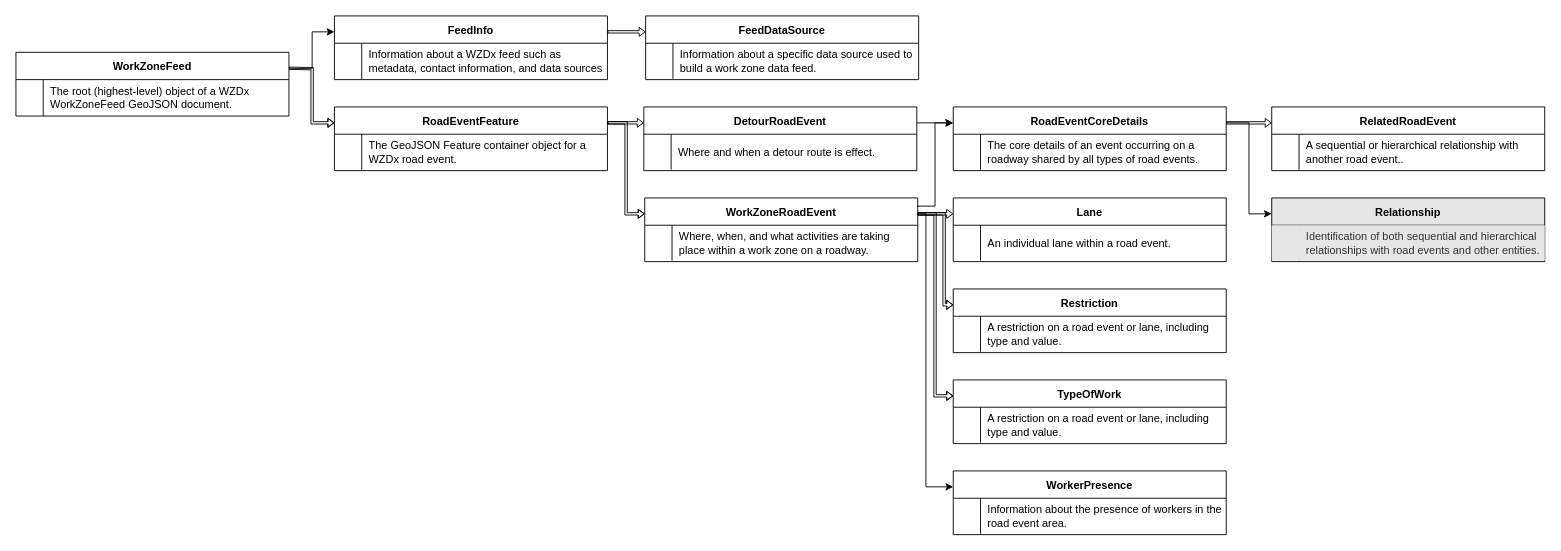
usdot-jpo-ode/wzdx keeps this draw.io diagram as images/WZDx_WorkZoneFeed_object_diagram.drawio. Above is the earlier version. Source tidied: cells renumbered, new cells numbered last; positions are measured from the earlier drawing's top-left corner, leaving out a move shared by most shapes. Both pictures are drawn from the tidied source at 91%, with x=0, y=0 at pixel (15, 15).
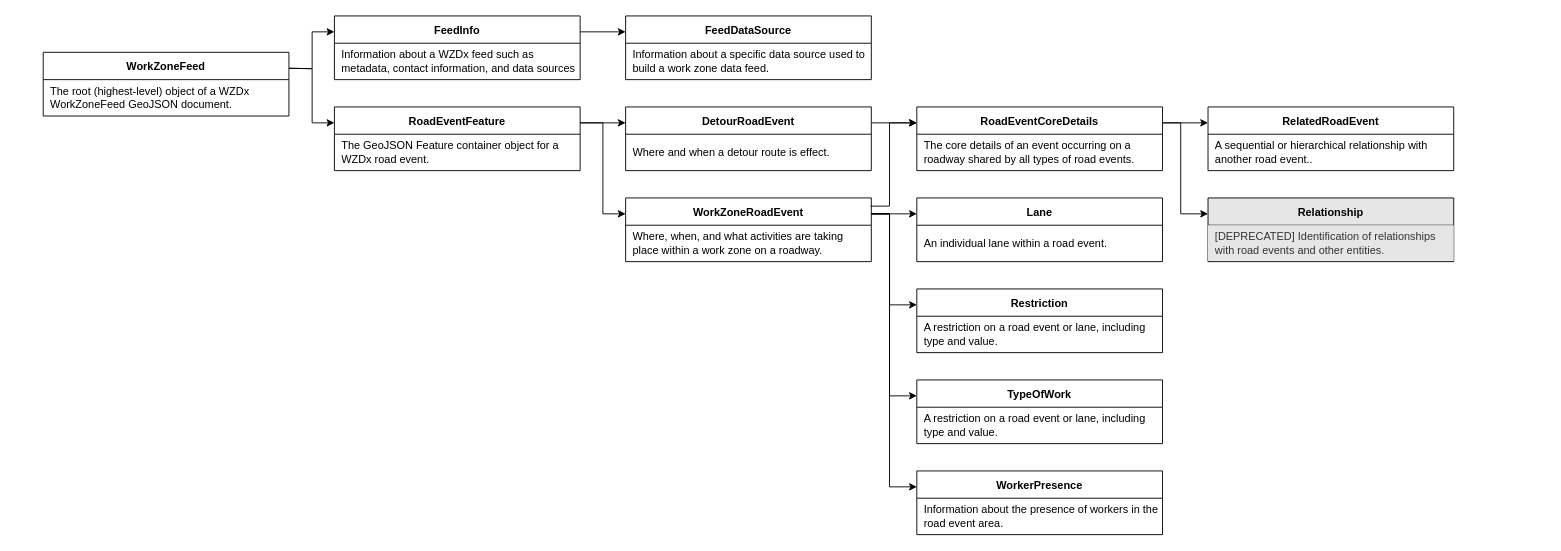
The same diagram, later.

Commit message (it also covers changes not shown here):
Update object diagram doemR

Diff of the diagram source:
```diff
@@
     <mxCell id="4" value="FeedInfo" style="shape=table;startSize=30;childLayout=tableLayout;rowLines=0;fontStyle=1;align=center;" parent="1" vertex="1">
-      <mxGeometry x="350" width="300" height="70" as="geometry" />
+      <mxGeometry x="350" width="270" height="70" as="geometry" />
     </mxCell>
     <mxCell id="5" style="shape=partialRectangle;fillColor=none;top=0;left=0;right=0;bottom=0;" parent="4" vertex="1">
-      <mxGeometry y="30" width="300" height="40" as="geometry" />
+      <mxGeometry y="30" width="270" height="40" as="geometry" />
     </mxCell>
-    <mxCell id="6" style="shape=partialRectangle;overflow=hidden;fillColor=none;top=0;left=0;bottom=0;right=0;" parent="5" vertex="1">
-      <mxGeometry width="30" height="40" as="geometry" />
-    </mxCell>
     <mxCell id="7" value="Information about a WZDx feed such as metadata, contact information, and data sources" style="shape=partialRectangle;overflow=hidden;fillColor=none;top=0;left=0;bottom=0;right=0;align=left;spacingLeft=6;fontStyle=0;whiteSpace=wrap;" parent="5" vertex="1">
-      <mxGeometry x="30" width="270" height="40" as="geometry" />
+      <mxGeometry width="270" height="40" as="geometry" />
     </mxCell>
     <mxCell id="8" value="RoadEventFeature" style="shape=table;startSize=30;childLayout=tableLayout;rowLines=0;fontStyle=1;align=center;" parent="1" vertex="1">
-      <mxGeometry x="350" y="100" width="300" height="70" as="geometry" />
+      <mxGeometry x="350" y="100" width="270" height="70" as="geometry" />
     </mxCell>
     <mxCell id="9" style="shape=partialRectangle;fillColor=none;top=0;left=0;right=0;bottom=0;" parent="8" vertex="1">
-      <mxGeometry y="30" width="300" height="39" as="geometry" />
+      <mxGeometry y="30" width="270" height="39" as="geometry" />
     </mxCell>
-    <mxCell id="10" style="shape=partialRectangle;overflow=hidden;fillColor=none;top=0;left=0;bottom=0;right=0;" parent="9" vertex="1">
-      <mxGeometry width="30" height="39" as="geometry" />
-    </mxCell>
     <mxCell id="11" value="The GeoJSON Feature container object for a WZDx road event." style="shape=partialRectangle;overflow=hidden;top=0;left=0;bottom=0;right=0;align=left;spacingLeft=6;fontStyle=0;strokeColor=#d6b656;fillColor=none;whiteSpace=wrap;" parent="9" vertex="1">
-      <mxGeometry x="30" width="270" height="39" as="geometry" />
+      <mxGeometry width="270" height="39" as="geometry" />
     </mxCell>
     <mxCell id="12" value="FeedDataSource" style="shape=table;startSize=30;childLayout=tableLayout;rowLines=0;fontStyle=1;align=center;" parent="1" vertex="1">
-      <mxGeometry x="692" width="300" height="70" as="geometry" />
+      <mxGeometry x="670" width="270" height="70" as="geometry" />
     </mxCell>
     <mxCell id="13" style="shape=partialRectangle;fillColor=none;top=0;left=0;right=0;bottom=0;" parent="12" vertex="1">
-      <mxGeometry y="30" width="300" height="39" as="geometry" />
+      <mxGeometry y="30" width="270" height="39" as="geometry" />
     </mxCell>
-    <mxCell id="14" style="shape=partialRectangle;overflow=hidden;fillColor=none;top=0;left=0;bottom=0;right=0;" parent="13" vertex="1">
-      <mxGeometry width="30" height="39" as="geometry" />
-    </mxCell>
     <mxCell id="15" value="Information about a specific data source used to build a work zone data feed." style="shape=partialRectangle;overflow=hidden;top=0;left=0;bottom=0;right=0;align=left;spacingLeft=6;fontStyle=0;strokeColor=#d6b656;fillColor=none;whiteSpace=wrap;" parent="13" vertex="1">
-      <mxGeometry x="30" width="270" height="39" as="geometry" />
+      <mxGeometry width="270" height="39" as="geometry" />
     </mxCell>
     <mxCell id="16" value="DetourRoadEvent" style="shape=table;startSize=30;childLayout=tableLayout;rowLines=0;fontStyle=1;align=center;" parent="1" vertex="1">
-      <mxGeometry x="690" y="100" width="300" height="70" as="geometry" />
+      <mxGeometry x="670" y="100" width="270" height="70" as="geometry" />
     </mxCell>
     <mxCell id="17" style="shape=partialRectangle;fillColor=none;top=0;left=0;right=0;bottom=0;" parent="16" vertex="1">
-      <mxGeometry y="30" width="300" height="39" as="geometry" />
+      <mxGeometry y="30" width="270" height="39" as="geometry" />
     </mxCell>
-    <mxCell id="18" style="shape=partialRectangle;overflow=hidden;fillColor=none;top=0;left=0;bottom=0;right=0;" parent="17" vertex="1">
-      <mxGeometry width="30" height="39" as="geometry" />
-    </mxCell>
     <mxCell id="19" value="Where and when a detour route is effect." style="shape=partialRectangle;overflow=hidden;top=0;left=0;bottom=0;right=0;align=left;spacingLeft=6;fontStyle=0;strokeColor=#d6b656;fillColor=none;whiteSpace=wrap;" parent="17" vertex="1">
-      <mxGeometry x="30" width="270" height="39" as="geometry" />
+      <mxGeometry width="270" height="39" as="geometry" />
     </mxCell>
     <mxCell id="20" value="WorkZoneRoadEvent" style="shape=table;startSize=30;childLayout=tableLayout;rowLines=0;fontStyle=1;align=center;" parent="1" vertex="1">
-      <mxGeometry x="691" y="200" width="300" height="70" as="geometry" />
+      <mxGeometry x="670" y="200" width="270" height="70" as="geometry" />
     </mxCell>
     <mxCell id="21" style="shape=partialRectangle;fillColor=none;top=0;left=0;right=0;bottom=0;" parent="20" vertex="1">
-      <mxGeometry y="30" width="300" height="39" as="geometry" />
+      <mxGeometry y="30" width="270" height="39" as="geometry" />
     </mxCell>
-    <mxCell id="22" style="shape=partialRectangle;overflow=hidden;fillColor=none;top=0;left=0;bottom=0;right=0;" parent="21" vertex="1">
-      <mxGeometry width="30" height="39" as="geometry" />
-    </mxCell>
     <mxCell id="23" value="Where, when, and what activities are taking place within a work zone on a roadway." style="shape=partialRectangle;overflow=hidden;top=0;left=0;bottom=0;right=0;align=left;spacingLeft=6;fontStyle=0;strokeColor=#d6b656;fillColor=none;whiteSpace=wrap;" parent="21" vertex="1">
-      <mxGeometry x="30" width="270" height="39" as="geometry" />
+      <mxGeometry width="270" height="39" as="geometry" />
     </mxCell>
     <mxCell id="24" value="RoadEventCoreDetails" style="shape=table;startSize=30;childLayout=tableLayout;rowLines=0;fontStyle=1;align=center;" parent="1" vertex="1">
-      <mxGeometry x="1030" y="100" width="300" height="70" as="geometry" />
+      <mxGeometry x="990" y="100" width="270" height="70" as="geometry" />
     </mxCell>
     <mxCell id="25" style="shape=partialRectangle;fillColor=none;top=0;left=0;right=0;bottom=0;" parent="24" vertex="1">
-      <mxGeometry y="30" width="300" height="39" as="geometry" />
+      <mxGeometry y="30" width="270" height="39" as="geometry" />
     </mxCell>
-    <mxCell id="26" style="shape=partialRectangle;overflow=hidden;fillColor=none;top=0;left=0;bottom=0;right=0;" parent="25" vertex="1">
-      <mxGeometry width="30" height="39" as="geometry" />
-    </mxCell>
     <mxCell id="27" value="The core details of an event occurring on a roadway shared by all types of road events." style="shape=partialRectangle;overflow=hidden;top=0;left=0;bottom=0;right=0;align=left;spacingLeft=6;fontStyle=0;strokeColor=#d6b656;fillColor=none;whiteSpace=wrap;" parent="25" vertex="1">
-      <mxGeometry x="30" width="270" height="39" as="geometry" />
+      <mxGeometry width="270" height="39" as="geometry" />
     </mxCell>
     <mxCell id="28" value="Lane" style="shape=table;startSize=30;childLayout=tableLayout;rowLines=0;fontStyle=1;align=center;" parent="1" vertex="1">
-      <mxGeometry x="1030" y="200" width="300" height="70" as="geometry" />
+      <mxGeometry x="990" y="200" width="270" height="70" as="geometry" />
     </mxCell>
     <mxCell id="29" style="shape=partialRectangle;fillColor=none;top=0;left=0;right=0;bottom=0;" parent="28" vertex="1">
-      <mxGeometry y="30" width="300" height="39" as="geometry" />
+      <mxGeometry y="30" width="270" height="39" as="geometry" />
     </mxCell>
-    <mxCell id="30" style="shape=partialRectangle;overflow=hidden;fillColor=none;top=0;left=0;bottom=0;right=0;" parent="29" vertex="1">
-      <mxGeometry width="30" height="39" as="geometry" />
-    </mxCell>
     <mxCell id="31" value="An individual lane within a road event." style="shape=partialRectangle;overflow=hidden;top=0;left=0;bottom=0;right=0;align=left;spacingLeft=6;fontStyle=0;strokeColor=#d6b656;fillColor=none;whiteSpace=wrap;" parent="29" vertex="1">
-      <mxGeometry x="30" width="270" height="39" as="geometry" />
+      <mxGeometry width="270" height="39" as="geometry" />
     </mxCell>
     <mxCell id="32" value="Restriction" style="shape=table;startSize=30;childLayout=tableLayout;rowLines=0;fontStyle=1;align=center;" parent="1" vertex="1">
-      <mxGeometry x="1030" y="300" width="300" height="70" as="geometry" />
+      <mxGeometry x="990" y="300" width="270" height="70" as="geometry" />
     </mxCell>
     <mxCell id="33" style="shape=partialRectangle;fillColor=none;top=0;left=0;right=0;bottom=0;" parent="32" vertex="1">
-      <mxGeometry y="30" width="300" height="39" as="geometry" />
+      <mxGeometry y="30" width="270" height="39" as="geometry" />
     </mxCell>
-    <mxCell id="34" style="shape=partialRectangle;overflow=hidden;fillColor=none;top=0;left=0;bottom=0;right=0;" parent="33" vertex="1">
-      <mxGeometry width="30" height="39" as="geometry" />
-    </mxCell>
     <mxCell id="35" value="A restriction on a road event or lane, including type and value." style="shape=partialRectangle;overflow=hidden;top=0;left=0;bottom=0;right=0;align=left;spacingLeft=6;fontStyle=0;strokeColor=#d6b656;fillColor=none;whiteSpace=wrap;" parent="33" vertex="1">
-      <mxGeometry x="30" width="270" height="39" as="geometry" />
+      <mxGeometry width="270" height="39" as="geometry" />
     </mxCell>
     <mxCell id="36" value="RelatedRoadEvent" style="shape=table;startSize=30;childLayout=tableLayout;rowLines=0;fontStyle=1;align=center;" parent="1" vertex="1">
-      <mxGeometry x="1380" y="100" width="300" height="70" as="geometry" />
+      <mxGeometry x="1310" y="100" width="270" height="70" as="geometry" />
     </mxCell>
     <mxCell id="37" style="shape=partialRectangle;fillColor=none;top=0;left=0;right=0;bottom=0;" parent="36" vertex="1">
-      <mxGeometry y="30" width="300" height="39" as="geometry" />
+      <mxGeometry y="30" width="270" height="39" as="geometry" />
     </mxCell>
-    <mxCell id="38" style="shape=partialRectangle;overflow=hidden;fillColor=none;top=0;left=0;bottom=0;right=0;" parent="37" vertex="1">
-      <mxGeometry width="30" height="39" as="geometry" />
-    </mxCell>
     <mxCell id="39" value="A sequential or hierarchical relationship with another road event.." style="shape=partialRectangle;overflow=hidden;top=0;left=0;bottom=0;right=0;align=left;spacingLeft=6;fontStyle=0;strokeColor=#d6b656;fillColor=none;whiteSpace=wrap;" parent="37" vertex="1">
-      <mxGeometry x="30" width="270" height="39" as="geometry" />
+      <mxGeometry width="270" height="39" as="geometry" />
     </mxCell>
     <mxCell id="40" value="TypeOfWork" style="shape=table;startSize=30;childLayout=tableLayout;rowLines=0;fontStyle=1;align=center;" parent="1" vertex="1">
-      <mxGeometry x="1030" y="400" width="300" height="70" as="geometry" />
+      <mxGeometry x="990" y="400" width="270" height="70" as="geometry" />
     </mxCell>
     <mxCell id="41" style="shape=partialRectangle;fillColor=none;top=0;left=0;right=0;bottom=0;" parent="40" vertex="1">
-      <mxGeometry y="30" width="300" height="39" as="geometry" />
+      <mxGeometry y="30" width="270" height="39" as="geometry" />
     </mxCell>
-    <mxCell id="42" style="shape=partialRectangle;overflow=hidden;fillColor=none;top=0;left=0;bottom=0;right=0;" parent="41" vertex="1">
-      <mxGeometry width="30" height="39" as="geometry" />
-    </mxCell>
     <mxCell id="43" value="A restriction on a road event or lane, including type and value." style="shape=partialRectangle;overflow=hidden;top=0;left=0;bottom=0;right=0;align=left;spacingLeft=6;fontStyle=0;strokeColor=#d6b656;fillColor=none;whiteSpace=wrap;" parent="41" vertex="1">
-      <mxGeometry x="30" width="270" height="39" as="geometry" />
+      <mxGeometry width="270" height="39" as="geometry" />
     </mxCell>
     <mxCell id="44" value="WorkerPresence" style="shape=table;startSize=30;childLayout=tableLayout;rowLines=0;fontStyle=1;align=center;" parent="1" vertex="1">
-      <mxGeometry x="1030" y="500" width="300" height="70" as="geometry" />
+      <mxGeometry x="990" y="500" width="270" height="70" as="geometry" />
     </mxCell>
     <mxCell id="45" style="shape=partialRectangle;fillColor=none;top=0;left=0;right=0;bottom=0;" parent="44" vertex="1">
-      <mxGeometry y="30" width="300" height="39" as="geometry" />
+      <mxGeometry y="30" width="270" height="39" as="geometry" />
     </mxCell>
-    <mxCell id="46" style="shape=partialRectangle;overflow=hidden;fillColor=none;top=0;left=0;bottom=0;right=0;" parent="45" vertex="1">
-      <mxGeometry width="30" height="39" as="geometry" />
-    </mxCell>
     <mxCell id="47" value="Information about the presence of workers in the road event area." style="shape=partialRectangle;overflow=hidden;top=0;left=0;bottom=0;right=0;align=left;spacingLeft=6;fontStyle=0;strokeColor=#d6b656;fillColor=none;whiteSpace=wrap;" parent="45" vertex="1">
-      <mxGeometry x="30" width="270" height="39" as="geometry" />
+      <mxGeometry width="270" height="39" as="geometry" />
     </mxCell>
     <mxCell id="48" value="Relationship" style="shape=table;startSize=30;childLayout=tableLayout;rowLines=0;fontStyle=1;align=center;fillColor=#E6E6E6;" parent="1" vertex="1">
-      <mxGeometry x="1380" y="200" width="300" height="70" as="geometry" />
+      <mxGeometry x="1310" y="200" width="270" height="70" as="geometry" />
     </mxCell>
     <mxCell id="49" style="shape=partialRectangle;fillColor=none;top=0;left=0;right=0;bottom=0;" parent="48" vertex="1">
-      <mxGeometry y="30" width="300" height="39" as="geometry" />
+      <mxGeometry y="30" width="270" height="39" as="geometry" />
     </mxCell>
-    <mxCell id="50" style="shape=partialRectangle;overflow=hidden;fillColor=#E6E6E6;top=0;left=0;bottom=0;right=0;" parent="49" vertex="1">
-      <mxGeometry width="30" height="39" as="geometry" />
-    </mxCell>
-    <mxCell id="51" value="Identification of both sequential and hierarchical relationships with road events and other entities." style="shape=partialRectangle;overflow=hidden;top=0;left=0;bottom=0;right=0;align=left;spacingLeft=6;fontStyle=0;strokeColor=#666666;fillColor=#E6E6E6;whiteSpace=wrap;fontColor=#333333;" parent="49" vertex="1">
-      <mxGeometry x="30" width="270" height="39" as="geometry" />
+    <mxCell id="51" value="[DEPRECATED] Identification of relationships with road events and other entities." style="shape=partialRectangle;overflow=hidden;top=0;left=0;bottom=0;right=0;align=left;spacingLeft=6;fontStyle=0;strokeColor=#666666;fillColor=#E6E6E6;whiteSpace=wrap;fontColor=#333333;" parent="49" vertex="1">
+      <mxGeometry width="270" height="39" as="geometry" />
     </mxCell>
-    <mxCell id="52" style="edgeStyle=orthogonalEdgeStyle;rounded=0;jettySize=auto;html=1;exitX=1;exitY=0.25;exitDx=0;exitDy=0;entryX=0;entryY=0.25;entryDx=0;entryDy=0;shape=flexArrow;width=2.5806451612903225;endSize=1.8846153846153846;endWidth=6.234491315136476;" parent="1" edge="1" source="4" target="12">
+    <mxCell id="52" style="edgeStyle=orthogonalEdgeStyle;rounded=0;jettySize=auto;html=1;exitX=1;exitY=0.25;exitDx=0;exitDy=0;entryX=0;entryY=0.25;entryDx=0;entryDy=0;endWidth=6.234491315136476;" parent="1" edge="1" source="4" target="12">
       <mxGeometry relative="1" as="geometry" />
     </mxCell>
-    <mxCell id="53" style="edgeStyle=orthogonalEdgeStyle;rounded=0;jettySize=auto;html=1;entryX=0;entryY=0.25;entryDx=0;entryDy=0;shape=flexArrow;width=2.5806451612903225;endSize=1.8846153846153846;endWidth=6.234491315136476;exitX=1;exitY=0.25;exitDx=0;exitDy=0;" parent="1" edge="1" target="8">
+    <mxCell id="53" style="edgeStyle=orthogonalEdgeStyle;rounded=0;jettySize=auto;html=1;entryX=0;entryY=0.25;entryDx=0;entryDy=0;endWidth=6.234491315136476;exitX=1;exitY=0.25;exitDx=0;exitDy=0;" parent="1" edge="1" target="8">
       <mxGeometry relative="1" as="geometry">
         <mxPoint x="300" y="57.5" as="sourcePoint" />
       </mxGeometry>
     </mxCell>
-    <mxCell id="54" style="edgeStyle=orthogonalEdgeStyle;rounded=0;jettySize=auto;html=1;exitX=1;exitY=0.25;exitDx=0;exitDy=0;entryX=0;entryY=0.25;entryDx=0;entryDy=0;shape=flexArrow;width=2.5806451612903225;endSize=1.8846153846153846;endWidth=6.234491315136476;" parent="1" edge="1" source="8" target="16">
+    <mxCell id="54" style="edgeStyle=orthogonalEdgeStyle;rounded=0;jettySize=auto;html=1;exitX=1;exitY=0.25;exitDx=0;exitDy=0;entryX=0;entryY=0.25;entryDx=0;entryDy=0;endWidth=6.234491315136476;" parent="1" edge="1" source="8" target="16">
       <mxGeometry relative="1" as="geometry" />
     </mxCell>
-    <mxCell id="55" style="edgeStyle=orthogonalEdgeStyle;rounded=0;jettySize=auto;html=1;exitX=1;exitY=0.25;exitDx=0;exitDy=0;entryX=0;entryY=0.25;entryDx=0;entryDy=0;shape=flexArrow;width=2.5806451612903225;endSize=1.8846153846153846;endWidth=6.234491315136476;" parent="1" edge="1" source="8" target="20">
+    <mxCell id="55" style="edgeStyle=orthogonalEdgeStyle;rounded=0;jettySize=auto;html=1;exitX=1;exitY=0.25;exitDx=0;exitDy=0;entryX=0;entryY=0.25;entryDx=0;entryDy=0;endWidth=6.234491315136476;" parent="1" edge="1" source="8" target="20">
       <mxGeometry relative="1" as="geometry" />
     </mxCell>
@@
     <mxCell id="57" style="edgeStyle=orthogonalEdgeStyle;rounded=0;jettySize=auto;html=1;exitX=1;exitY=0.25;exitDx=0;exitDy=0;entryX=0;entryY=0.25;entryDx=0;entryDy=0;" parent="1" edge="1" source="20" target="44">
       <mxGeometry relative="1" as="geometry">
         <Array as="points">
-          <mxPoint x="1000" y="218" />
-          <mxPoint x="1000" y="518" />
+          <mxPoint x="960" y="218" />
+          <mxPoint x="960" y="518" />
         </Array>
       </mxGeometry>
     </mxCell>
-    <mxCell id="58" style="edgeStyle=orthogonalEdgeStyle;rounded=0;jettySize=auto;html=1;exitX=1;exitY=0.25;exitDx=0;exitDy=0;entryX=0;entryY=0.25;entryDx=0;entryDy=0;shape=flexArrow;width=2.5806451612903225;endSize=1.8846153846153846;endWidth=6.234491315136476;" parent="1" edge="1" source="20" target="28">
+    <mxCell id="58" style="edgeStyle=orthogonalEdgeStyle;rounded=0;jettySize=auto;html=1;exitX=1;exitY=0.25;exitDx=0;exitDy=0;entryX=0;entryY=0.25;entryDx=0;entryDy=0;endWidth=6.234491315136476;" parent="1" edge="1" source="20" target="28">
       <mxGeometry relative="1" as="geometry" />
     </mxCell>
-    <mxCell id="59" style="edgeStyle=orthogonalEdgeStyle;rounded=0;jettySize=auto;html=1;exitX=1;exitY=0.25;exitDx=0;exitDy=0;entryX=0;entryY=0.25;entryDx=0;entryDy=0;shape=flexArrow;width=2.5806451612903225;endSize=1.8846153846153846;endWidth=6.234491315136476;" parent="1" edge="1" source="20" target="32">
+    <mxCell id="59" style="edgeStyle=orthogonalEdgeStyle;rounded=0;jettySize=auto;html=1;exitX=1;exitY=0.25;exitDx=0;exitDy=0;entryX=0;entryY=0.25;entryDx=0;entryDy=0;endWidth=6.234491315136476;" parent="1" edge="1" source="20" target="32">
       <mxGeometry relative="1" as="geometry">
         <Array as="points">
-          <mxPoint x="1020" y="218" />
-          <mxPoint x="1020" y="318" />
+          <mxPoint x="960" y="218" />
+          <mxPoint x="960" y="318" />
         </Array>
       </mxGeometry>
     </mxCell>
-    <mxCell id="60" style="edgeStyle=orthogonalEdgeStyle;rounded=0;jettySize=auto;html=1;exitX=1;exitY=0.25;exitDx=0;exitDy=0;entryX=0;entryY=0.25;entryDx=0;entryDy=0;shape=flexArrow;width=2.5806451612903225;endSize=1.8846153846153846;endWidth=6.234491315136476;" parent="1" edge="1" source="20" target="40">
+    <mxCell id="60" style="edgeStyle=orthogonalEdgeStyle;rounded=0;jettySize=auto;html=1;exitX=1;exitY=0.25;exitDx=0;exitDy=0;entryX=0;entryY=0.25;entryDx=0;entryDy=0;endWidth=6.234491315136476;" parent="1" edge="1" source="20" target="40">
       <mxGeometry relative="1" as="geometry">
         <Array as="points">
-          <mxPoint x="1010" y="218" />
-          <mxPoint x="1010" y="418" />
+          <mxPoint x="960" y="218" />
+          <mxPoint x="960" y="418" />
         </Array>
       </mxGeometry>
     </mxCell>
     <mxCell id="61" style="edgeStyle=orthogonalEdgeStyle;rounded=0;jettySize=auto;html=1;exitX=1;exitY=0.25;exitDx=0;exitDy=0;entryX=0;entryY=0.25;entryDx=0;entryDy=0;" parent="1" edge="1" source="24" target="48">
-      <mxGeometry relative="1" as="geometry" />
+      <mxGeometry relative="1" as="geometry">
+        <Array as="points">
+          <mxPoint x="1280" y="118" />
+          <mxPoint x="1280" y="218" />
+        </Array>
+      </mxGeometry>
     </mxCell>
-    <mxCell id="62" style="edgeStyle=orthogonalEdgeStyle;rounded=0;jettySize=auto;html=1;exitX=1;exitY=0.25;exitDx=0;exitDy=0;entryX=0;entryY=0.25;entryDx=0;entryDy=0;shape=flexArrow;width=2.5806451612903225;endSize=1.8846153846153846;endWidth=6.234491315136476;" parent="1" edge="1" source="24" target="36">
+    <mxCell id="62" style="edgeStyle=orthogonalEdgeStyle;rounded=0;jettySize=auto;html=1;exitX=1;exitY=0.25;exitDx=0;exitDy=0;entryX=0;entryY=0.25;entryDx=0;entryDy=0;endWidth=6.234491315136476;" parent="1" edge="1" source="24" target="36">
       <mxGeometry relative="1" as="geometry" />
     </mxCell>
     <mxCell id="63" value="WorkZoneFeed" style="shape=table;startSize=30;childLayout=tableLayout;rowLines=0;fontStyle=1;align=center;" parent="1" vertex="1">
-      <mxGeometry y="40" width="300" height="70" as="geometry" />
+      <mxGeometry x="30" y="40" width="270" height="70" as="geometry" />
     </mxCell>
     <mxCell id="64" style="shape=partialRectangle;fillColor=none;top=0;left=0;right=0;bottom=0;" parent="63" vertex="1">
-      <mxGeometry y="30" width="300" height="40" as="geometry" />
+      <mxGeometry y="30" width="270" height="40" as="geometry" />
     </mxCell>
-    <mxCell id="65" style="shape=partialRectangle;overflow=hidden;fillColor=none;top=0;left=0;bottom=0;right=0;" parent="64" vertex="1">
-      <mxGeometry width="30" height="40" as="geometry" />
-    </mxCell>
     <mxCell id="66" value="The root (highest-level) object of a WZDx WorkZoneFeed GeoJSON document." style="shape=partialRectangle;overflow=hidden;fillColor=none;top=0;left=0;bottom=0;right=0;align=left;spacingLeft=6;fontStyle=0;whiteSpace=wrap;" parent="64" vertex="1">
-      <mxGeometry x="30" width="270" height="40" as="geometry" />
+      <mxGeometry width="270" height="40" as="geometry" />
     </mxCell>
     <mxCell id="67" style="edgeStyle=orthogonalEdgeStyle;rounded=0;jettySize=auto;html=1;entryX=0;entryY=0.25;entryDx=0;entryDy=0;exitX=0.997;exitY=0.129;exitDx=0;exitDy=0;exitPerimeter=0;" parent="1" edge="1" source="20" target="24">
       <mxGeometry relative="1" as="geometry">
         <Array as="points">
-          <mxPoint x="1010" y="209" />
-          <mxPoint x="1010" y="118" />
+          <mxPoint x="960" y="209" />
+          <mxPoint x="960" y="118" />
         </Array>
       </mxGeometry>
     </mxCell>
```
